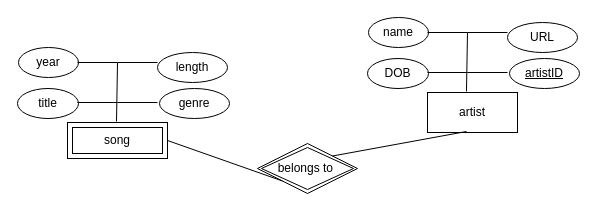
This is musicmatic.drawio from victoriapuck15/ERdiagrams-, a draw.io file, before an edit. Source tidied: cells renumbered, new cells numbered last; positions are measured from the earlier drawing's top-left corner, leaving out a move shared by most shapes. Both pictures are drawn from the tidied source at 100%, with x=0, y=0 at pixel (17, 17).
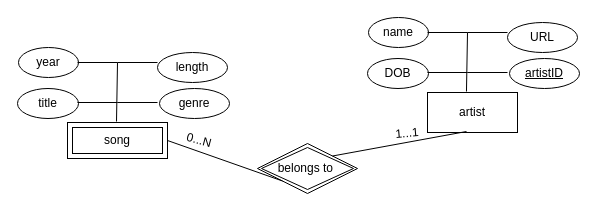
After the change.

What changed in the source:
```diff
@@
+    <mxCell id="25" value="0...N" style="text;html=1;strokeColor=none;fillColor=none;align=center;verticalAlign=middle;whiteSpace=wrap;rounded=0;rotation=15;" parent="1" vertex="1">
+      <mxGeometry x="152" y="108" width="60" height="30" as="geometry" />
+    </mxCell>
+    <mxCell id="26" value="1...1" style="text;html=1;strokeColor=none;fillColor=none;align=center;verticalAlign=middle;whiteSpace=wrap;rounded=0;rotation=-5;" parent="1" vertex="1">
+      <mxGeometry x="360" y="101" width="60" height="30" as="geometry" />
+    </mxCell>
```
